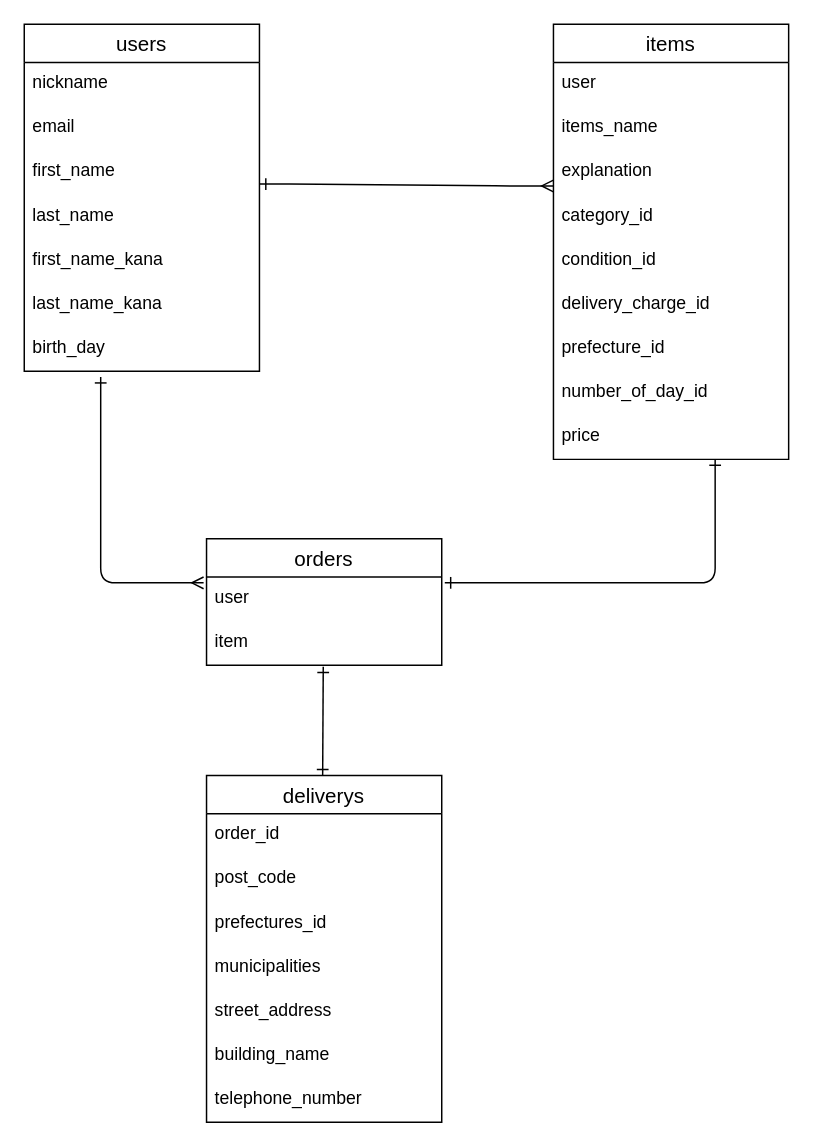
Before: er.dio in yuyunaginagi/furima-40237, a draw.io diagram. Source tidied: cells renumbered, new cells numbered last; positions are measured from the earlier drawing's top-left corner, leaving out a move shared by most shapes. Both pictures are drawn from the tidied source at 147%, with x=0, y=0 at pixel (24, 24).
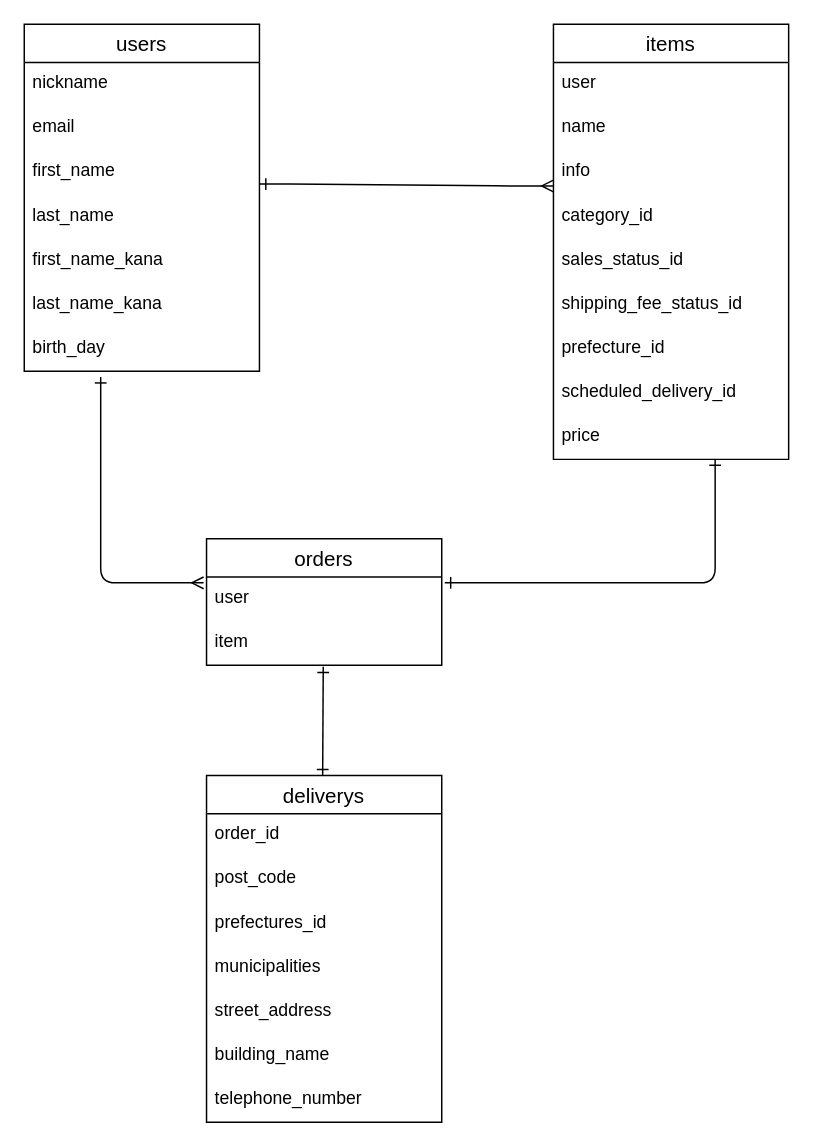
The same page after the edit.

Unchanged cells that the change refers to:
```xml
<mxCell id="10" value="items" style="swimlane;fontStyle=0;horizontal=1;startSize=26;align=center;fontSize=14;" parent="1" vertex="1">
  <mxGeometry x="360" width="160" height="296" as="geometry" />
</mxCell>
```

Change to the diagram source:
```diff
@@
-    <mxCell id="12" value="items_name" style="text;strokeColor=none;fillColor=none;spacingLeft=4;spacingRight=4;overflow=hidden;fontSize=12;" parent="10" vertex="1">
+    <mxCell id="12" value="name" style="text;strokeColor=none;fillColor=none;spacingLeft=4;spacingRight=4;overflow=hidden;fontSize=12;" parent="10" vertex="1">
       <mxGeometry y="56" width="160" height="30" as="geometry" />
     </mxCell>
-    <mxCell id="13" value="explanation" style="text;strokeColor=none;fillColor=none;spacingLeft=4;spacingRight=4;overflow=hidden;fontSize=12;" parent="10" vertex="1">
+    <mxCell id="13" value="info" style="text;strokeColor=none;fillColor=none;spacingLeft=4;spacingRight=4;overflow=hidden;fontSize=12;" parent="10" vertex="1">
       <mxGeometry y="86" width="160" height="30" as="geometry" />
     </mxCell>
@@
-    <mxCell id="15" value="condition_id" style="text;strokeColor=none;fillColor=none;spacingLeft=4;spacingRight=4;overflow=hidden;fontSize=12;" parent="10" vertex="1">
+    <mxCell id="15" value="sales_status_id" style="text;strokeColor=none;fillColor=none;spacingLeft=4;spacingRight=4;overflow=hidden;fontSize=12;" parent="10" vertex="1">
       <mxGeometry y="146" width="160" height="30" as="geometry" />
     </mxCell>
-    <mxCell id="16" value="delivery_charge_id" style="text;strokeColor=none;fillColor=none;spacingLeft=4;spacingRight=4;overflow=hidden;fontSize=12;" parent="10" vertex="1">
+    <mxCell id="16" value="shipping_fee_status_id" style="text;strokeColor=none;fillColor=none;spacingLeft=4;spacingRight=4;overflow=hidden;fontSize=12;" parent="10" vertex="1">
       <mxGeometry y="176" width="160" height="30" as="geometry" />
     </mxCell>
@@
-    <mxCell id="18" value="number_of_day_id" style="text;strokeColor=none;fillColor=none;spacingLeft=4;spacingRight=4;overflow=hidden;fontSize=12;" parent="10" vertex="1">
+    <mxCell id="18" value="scheduled_delivery_id" style="text;strokeColor=none;fillColor=none;spacingLeft=4;spacingRight=4;overflow=hidden;fontSize=12;" parent="10" vertex="1">
       <mxGeometry y="236" width="160" height="30" as="geometry" />
     </mxCell>
```
